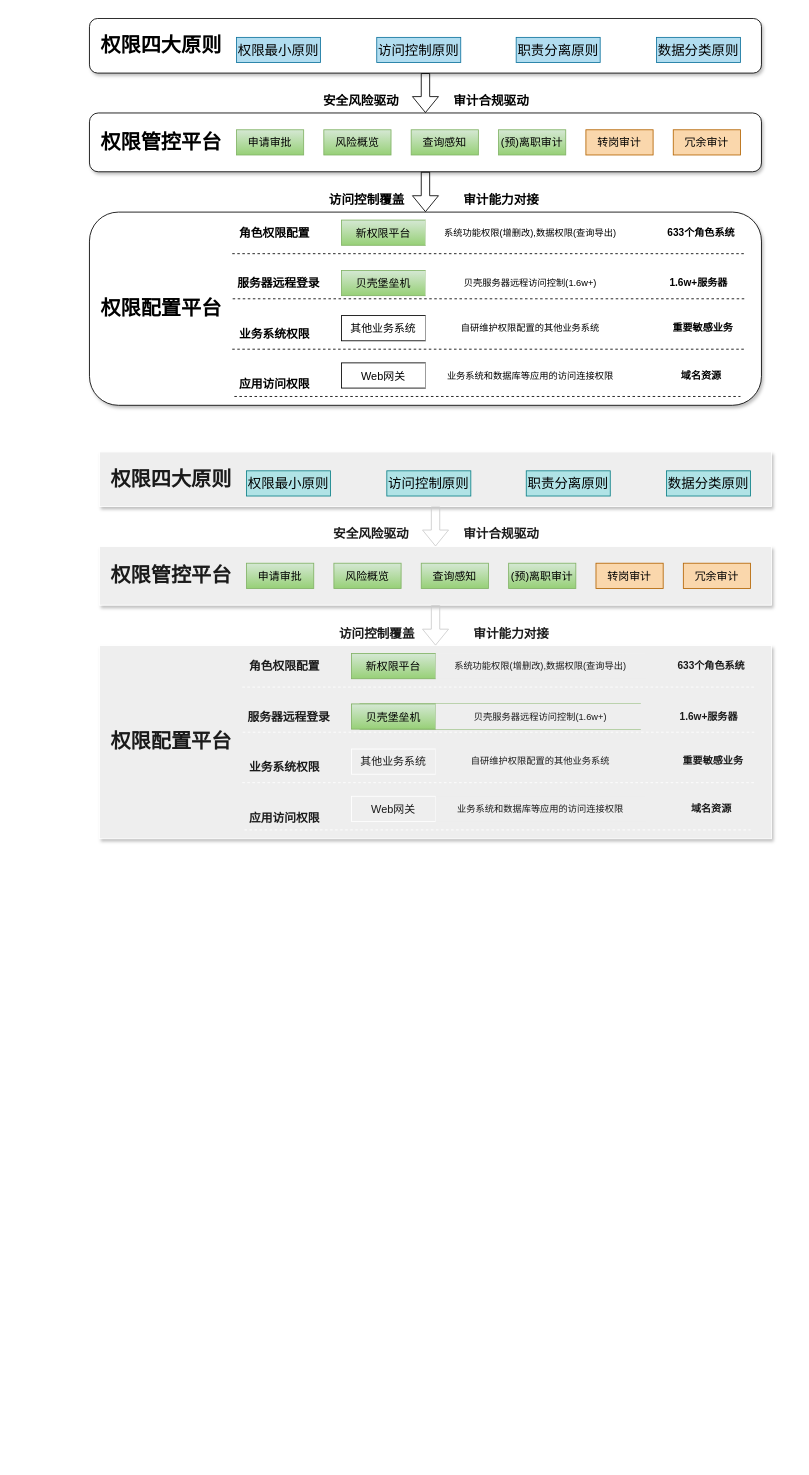
zpxiao-ios/hello-world keeps this draw.io diagram as page "管控平台" (5 of 10) of 权限审计.drawio. Above is the earlier version. Source tidied: cells renumbered, new cells numbered last; positions are measured from the earlier drawing's top-left corner, leaving out a move shared by most shapes. Both pictures are drawn from the tidied source at 84%, with x=0, y=0 at pixel (89, 16).
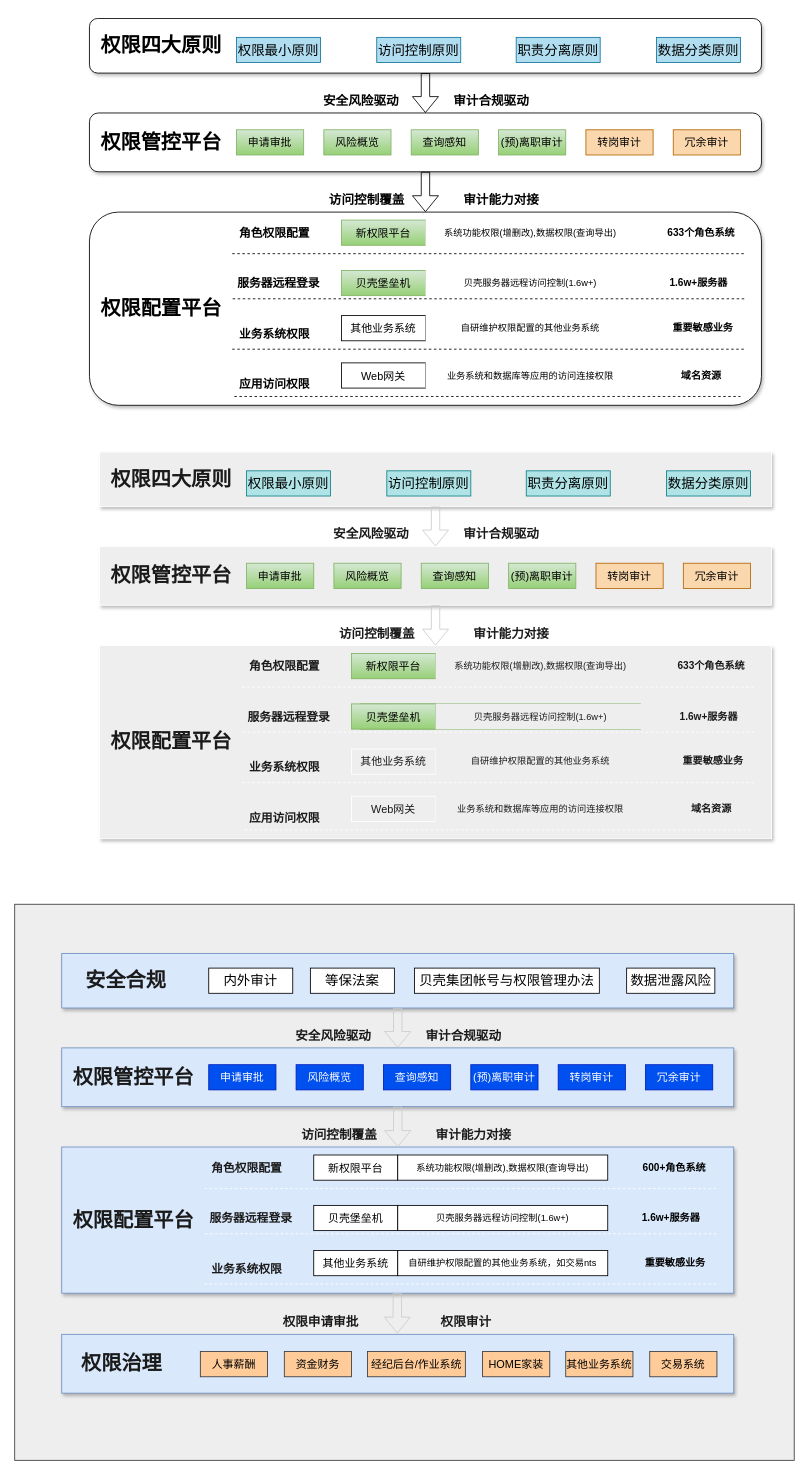
Above is the later version.

Commit message:
更新权限审计.drawio

Change to the diagram source:
```diff
@@
+    <mxCell id="92" style="rounded=0;whiteSpace=wrap;html=1;fillColor=#eeeeee;strokeColor=#36393d;" parent="1" vertex="1">
+      <mxGeometry x="-89" y="1057" width="928" height="662" as="geometry" />
+    </mxCell>
@@
+    <mxCell id="93" style="rounded=0;whiteSpace=wrap;html=1;flipH=1;labelBackgroundColor=none;fontSize=11;shadow=1;fillColor=#dae8fc;strokeColor=#6c8ebf;" parent="1" vertex="1">
+      <mxGeometry x="-33" y="1115.5" width="800" height="65" as="geometry" />
+    </mxCell>
+    <mxCell id="94" style="rounded=0;whiteSpace=wrap;html=1;flipH=1;labelBackgroundColor=none;fontSize=11;shadow=1;fillColor=#dae8fc;strokeColor=#6c8ebf;" parent="1" vertex="1">
+      <mxGeometry x="-33" y="1346" width="800" height="174" as="geometry" />
+    </mxCell>
+    <mxCell id="95" style="rounded=0;whiteSpace=wrap;html=1;flipH=1;labelBackgroundColor=none;fontSize=11;shadow=1;fillColor=#dae8fc;strokeColor=#6c8ebf;" parent="1" vertex="1">
+      <mxGeometry x="-33" y="1228" width="800" height="70" as="geometry" />
+    </mxCell>
+    <mxCell id="96" value="&lt;h2&gt;&lt;font style=&quot;font-size: 24px;&quot;&gt;权限配置平台&lt;/font&gt;&lt;/h2&gt;" style="text;align=center;verticalAlign=middle;strokeColor=none;fillColor=none;labelBackgroundColor=none;fontFamily=Helvetica;textShadow=0;labelBorderColor=none;fontColor=#1A1A1A;html=1;rounded=0;" parent="1" vertex="1">
+      <mxGeometry x="-33" y="1399.2" width="170" height="70" as="geometry" />
+    </mxCell>
+    <mxCell id="97" value="&lt;h2&gt;&lt;span style=&quot;font-size: 24px;&quot;&gt;安全合规&lt;/span&gt;&lt;/h2&gt;" style="text;html=1;align=center;verticalAlign=middle;strokeColor=none;fillColor=none;labelBackgroundColor=none;rounded=0;shadow=0;fontFamily=Helvetica;textShadow=0;labelBorderColor=none;fontColor=#1A1A1A;" parent="1" vertex="1">
+      <mxGeometry x="-14" y="1112.5" width="114" height="71" as="geometry" />
+    </mxCell>
+    <mxCell id="98" value="&lt;font style=&quot;font-size: 16px;&quot;&gt;贝壳集团帐号与权限管理办法&lt;/font&gt;" style="rounded=0;whiteSpace=wrap;html=1;flipH=0;labelBackgroundColor=none;fontSize=16;" parent="1" vertex="1">
+      <mxGeometry x="387" y="1133" width="220" height="30" as="geometry" />
+    </mxCell>
+    <mxCell id="99" value="&lt;font style=&quot;font-size: 16px;&quot;&gt;数据泄露风险&lt;/font&gt;" style="rounded=0;whiteSpace=wrap;html=1;flipH=0;labelBackgroundColor=none;fontSize=16;" parent="1" vertex="1">
+      <mxGeometry x="639.5" y="1133" width="105" height="30" as="geometry" />
+    </mxCell>
+    <mxCell id="100" value="等保法案" style="rounded=0;whiteSpace=wrap;html=1;flipH=0;labelBackgroundColor=none;fontSize=16;" parent="1" vertex="1">
+      <mxGeometry x="263" y="1133" width="100" height="30" as="geometry" />
+    </mxCell>
+    <mxCell id="101" value="内外审计" style="rounded=0;whiteSpace=wrap;html=1;flipH=0;labelBackgroundColor=none;fontSize=16;" parent="1" vertex="1">
+      <mxGeometry x="142" y="1133" width="100" height="30" as="geometry" />
+    </mxCell>
+    <mxCell id="102" value="&lt;h2&gt;&lt;span style=&quot;font-size: 24px;&quot;&gt;权限管控平台&lt;/span&gt;&lt;/h2&gt;" style="text;html=1;align=center;verticalAlign=middle;strokeColor=none;fillColor=none;labelBackgroundColor=none;rounded=0;shadow=0;fontFamily=Helvetica;textShadow=0;labelBorderColor=none;fontColor=#1A1A1A;" parent="1" vertex="1">
+      <mxGeometry x="-33" y="1228" width="170" height="70" as="geometry" />
+    </mxCell>
+    <mxCell id="103" value="冗余审计" style="rounded=0;whiteSpace=wrap;html=1;flipH=1;labelBackgroundColor=none;fontSize=13;fillColor=#0050ef;strokeColor=#001DBC;fontColor=#ffffff;" parent="1" vertex="1">
+      <mxGeometry x="662" y="1248" width="80" height="30" as="geometry" />
+    </mxCell>
+    <mxCell id="104" value="风险概览" style="rounded=0;whiteSpace=wrap;html=1;flipH=1;labelBackgroundColor=none;fontSize=13;fillColor=#0050ef;strokeColor=#001DBC;fontColor=#ffffff;" parent="1" vertex="1">
+      <mxGeometry x="246" y="1248" width="80" height="30" as="geometry" />
+    </mxCell>
+    <mxCell id="105" value="申请审批" style="rounded=0;whiteSpace=wrap;html=1;flipH=1;labelBackgroundColor=none;fontSize=13;fillColor=#0050ef;strokeColor=#001DBC;fontColor=#ffffff;" parent="1" vertex="1">
+      <mxGeometry x="142" y="1248" width="80" height="30" as="geometry" />
+    </mxCell>
+    <mxCell id="106" value="查询感知" style="rounded=0;whiteSpace=wrap;html=1;flipH=1;labelBackgroundColor=none;fontSize=13;fillColor=#0050ef;strokeColor=#001DBC;fontColor=#ffffff;" parent="1" vertex="1">
+      <mxGeometry x="350" y="1248" width="80" height="30" as="geometry" />
+    </mxCell>
+    <mxCell id="107" value="转岗审计" style="rounded=0;whiteSpace=wrap;html=1;flipH=1;labelBackgroundColor=none;fontSize=13;fillColor=#0050ef;strokeColor=#001DBC;fontColor=#ffffff;" parent="1" vertex="1">
+      <mxGeometry x="558" y="1248" width="80" height="30" as="geometry" />
+    </mxCell>
+    <mxCell id="108" value="(预)离职审计" style="rounded=0;whiteSpace=wrap;html=1;flipH=1;labelBackgroundColor=none;fontSize=13;fillColor=#0050ef;strokeColor=#001DBC;fontColor=#ffffff;" parent="1" vertex="1">
+      <mxGeometry x="454" y="1248" width="80" height="30" as="geometry" />
+    </mxCell>
+    <mxCell id="109" style="endArrow=none;dashed=1;html=1;rounded=0;labelBackgroundColor=none;strokeColor=#FFFFFF;fontColor=default;" parent="1" edge="1">
+      <mxGeometry relative="1" as="geometry">
+        <mxPoint x="137" y="1395.5" as="sourcePoint" />
+        <mxPoint x="747" y="1395.5" as="targetPoint" />
+      </mxGeometry>
+    </mxCell>
+    <mxCell id="110" value="角色权限配置" style="text;html=1;align=center;verticalAlign=middle;strokeColor=none;fillColor=none;fontSize=14;fontStyle=1;labelBackgroundColor=none;fontColor=#1A1A1A;rounded=0;" parent="1" vertex="1">
+      <mxGeometry x="132" y="1355.5" width="110" height="30" as="geometry" />
+    </mxCell>
+    <mxCell id="111" value="600+角色系统" style="text;html=1;align=center;verticalAlign=middle;fontStyle=1;labelBackgroundColor=none;rounded=0;" parent="1" vertex="1">
+      <mxGeometry x="649" y="1357.5" width="93" height="26" as="geometry" />
+    </mxCell>
+    <mxCell id="112" style="endArrow=none;dashed=1;html=1;rounded=0;labelBackgroundColor=none;strokeColor=#FFFFFF;fontColor=default;" parent="1" edge="1">
+      <mxGeometry relative="1" as="geometry">
+        <mxPoint x="137" y="1509.2" as="sourcePoint" />
+        <mxPoint x="747" y="1509.2" as="targetPoint" />
+      </mxGeometry>
+    </mxCell>
+    <mxCell id="113" value="业务系统权限" style="text;html=1;align=center;verticalAlign=middle;strokeColor=none;fillColor=none;fontSize=14;fontStyle=1;labelBackgroundColor=none;fontColor=#1A1A1A;rounded=0;" parent="1" vertex="1">
+      <mxGeometry x="132" y="1475.5" width="110" height="30" as="geometry" />
+    </mxCell>
+    <mxCell id="114" value="重要敏感业务" style="text;html=1;align=center;verticalAlign=middle;fontStyle=1;labelBackgroundColor=none;rounded=0;" parent="1" vertex="1">
+      <mxGeometry x="647" y="1469.2" width="100" height="30" as="geometry" />
+    </mxCell>
+    <mxCell id="115" style="group;labelBackgroundColor=none;rounded=0;" parent="1" vertex="1">
+      <mxGeometry x="277" y="1355.5" width="340" height="30" as="geometry" />
+    </mxCell>
+    <mxCell id="116" value="新权限平台" style="rounded=0;whiteSpace=wrap;html=1;flipH=0;labelBackgroundColor=none;fontSize=13;" parent="115" vertex="1">
+      <mxGeometry x="-10" width="100" height="30" as="geometry" />
+    </mxCell>
+    <mxCell id="117" value="系统功能权限(增删改),数据权限(查询导出)" style="rounded=0;whiteSpace=wrap;html=1;flipH=0;labelBackgroundColor=none;fontSize=11;" parent="115" vertex="1">
+      <mxGeometry x="90" width="250" height="30" as="geometry" />
+    </mxCell>
+    <mxCell id="118" style="group;labelBackgroundColor=none;rounded=0;" parent="1" vertex="1">
+      <mxGeometry x="277" y="1469.2" width="340" height="30" as="geometry" />
+    </mxCell>
+    <mxCell id="119" value="其他业务系统" style="rounded=0;whiteSpace=wrap;html=1;flipH=0;labelBackgroundColor=none;fontSize=13;" parent="118" vertex="1">
+      <mxGeometry x="-10" width="100" height="30" as="geometry" />
+    </mxCell>
+    <mxCell id="120" value="自研维护权限配置的其他业务系统，如交易nts" style="rounded=0;whiteSpace=wrap;html=1;flipH=0;labelBackgroundColor=none;fontSize=11;" parent="118" vertex="1">
+      <mxGeometry x="90" width="250" height="30" as="geometry" />
+    </mxCell>
+    <mxCell id="121" style="endArrow=none;dashed=1;html=1;rounded=0;strokeColor=#FFFFFF;labelBackgroundColor=none;fontColor=default;" parent="1" edge="1">
+      <mxGeometry relative="1" as="geometry">
+        <mxPoint x="137.5" y="1449.2" as="sourcePoint" />
+        <mxPoint x="747" y="1449.2" as="targetPoint" />
+      </mxGeometry>
+    </mxCell>
+    <mxCell id="122" value="服务器远程登录" style="text;html=1;align=center;verticalAlign=middle;strokeColor=none;fillColor=none;fontSize=14;fontStyle=1;labelBackgroundColor=none;fontColor=#1A1A1A;rounded=0;" parent="1" vertex="1">
+      <mxGeometry x="132" y="1415.5" width="120" height="30" as="geometry" />
+    </mxCell>
+    <mxCell id="123" value="1.6w+服务器" style="text;html=1;align=center;verticalAlign=middle;fontStyle=1;labelBackgroundColor=none;rounded=0;" parent="1" vertex="1">
+      <mxGeometry x="647" y="1415.5" width="90" height="30" as="geometry" />
+    </mxCell>
+    <mxCell id="124" style="group;labelBackgroundColor=none;rounded=0;" parent="1" vertex="1">
+      <mxGeometry x="277" y="1415.5" width="334" height="30" as="geometry" />
+    </mxCell>
+    <mxCell id="125" value="贝壳堡垒机" style="rounded=0;whiteSpace=wrap;html=1;flipH=0;labelBackgroundColor=none;fontSize=13;" parent="124" vertex="1">
+      <mxGeometry x="-10" width="100" height="30" as="geometry" />
+    </mxCell>
+    <mxCell id="126" value="贝壳服务器远程访问控制(1.6w+)" style="rounded=0;whiteSpace=wrap;html=1;flipH=0;labelBackgroundColor=none;fontSize=11;" parent="124" vertex="1">
+      <mxGeometry x="90" width="250" height="30" as="geometry" />
+    </mxCell>
+    <mxCell id="127" style="shape=flexArrow;endArrow=classic;html=1;rounded=0;labelBackgroundColor=none;strokeColor=#CCCCCC;fontColor=default;" parent="1" edge="1" source="93" target="95">
+      <mxGeometry relative="1" as="geometry" />
+    </mxCell>
+    <mxCell id="128" value="安全风险驱动" style="text;html=1;align=center;verticalAlign=middle;strokeColor=none;fillColor=none;fontSize=15;fontStyle=1;labelBackgroundColor=none;fontColor=#1A1A1A;rounded=0;" parent="1" vertex="1">
+      <mxGeometry x="234.5" y="1198" width="110" height="30" as="geometry" />
+    </mxCell>
+    <mxCell id="129" value="审计合规驱动" style="text;html=1;align=center;verticalAlign=middle;strokeColor=none;fillColor=none;fontSize=15;fontStyle=1;labelBackgroundColor=none;fontColor=#1A1A1A;rounded=0;" parent="1" vertex="1">
+      <mxGeometry x="389.5" y="1198" width="110" height="30" as="geometry" />
+    </mxCell>
+    <mxCell id="130" style="shape=flexArrow;endArrow=classic;html=1;rounded=0;entryX=0.5;entryY=0;entryDx=0;entryDy=0;exitX=0.5;exitY=1;exitDx=0;exitDy=0;labelBackgroundColor=none;strokeColor=#CCCCCC;fontColor=default;" parent="1" edge="1" source="95" target="94">
+      <mxGeometry relative="1" as="geometry" />
+    </mxCell>
+    <mxCell id="131" value="访问控制覆盖" style="text;html=1;align=center;verticalAlign=middle;strokeColor=none;fillColor=none;fontSize=15;fontStyle=1;labelBackgroundColor=none;fontColor=#1A1A1A;rounded=0;" parent="1" vertex="1">
+      <mxGeometry x="242" y="1316" width="110" height="30" as="geometry" />
+    </mxCell>
+    <mxCell id="132" value="审计能力对接" style="text;html=1;align=center;verticalAlign=middle;strokeColor=none;fillColor=none;fontSize=15;fontStyle=1;labelBackgroundColor=none;fontColor=#1A1A1A;rounded=0;" parent="1" vertex="1">
+      <mxGeometry x="402" y="1316" width="110" height="30" as="geometry" />
+    </mxCell>
+    <mxCell id="133" style="rounded=0;whiteSpace=wrap;html=1;flipH=1;labelBackgroundColor=none;fontSize=11;shadow=1;fillColor=#dae8fc;strokeColor=#6c8ebf;" parent="1" vertex="1">
+      <mxGeometry x="-33" y="1569" width="800" height="70" as="geometry" />
+    </mxCell>
+    <mxCell id="134" value="&lt;h2&gt;&lt;font style=&quot;font-size: 24px;&quot;&gt;权限治理&lt;/font&gt;&lt;/h2&gt;" style="text;align=center;verticalAlign=middle;strokeColor=none;fillColor=none;labelBackgroundColor=none;fontFamily=Helvetica;textShadow=0;labelBorderColor=none;fontColor=#1A1A1A;html=1;rounded=0;" parent="1" vertex="1">
+      <mxGeometry x="-19" y="1568" width="114" height="71" as="geometry" />
+    </mxCell>
+    <mxCell id="135" value="交易系统" style="rounded=0;whiteSpace=wrap;html=1;flipH=1;labelBackgroundColor=none;fontSize=13;fillColor=#ffcc99;strokeColor=#36393d;" parent="1" vertex="1">
+      <mxGeometry x="667" y="1589.5" width="80" height="30" as="geometry" />
+    </mxCell>
+    <mxCell id="136" value="资金财务" style="rounded=0;whiteSpace=wrap;html=1;flipH=1;labelBackgroundColor=none;fontSize=13;fillColor=#ffcc99;strokeColor=#36393d;" parent="1" vertex="1">
+      <mxGeometry x="232" y="1589.5" width="80" height="30" as="geometry" />
+    </mxCell>
+    <mxCell id="137" value="人事薪酬" style="rounded=0;whiteSpace=wrap;html=1;flipH=1;labelBackgroundColor=none;fontSize=13;fillColor=#ffcc99;strokeColor=#36393d;" parent="1" vertex="1">
+      <mxGeometry x="132" y="1589.5" width="80" height="30" as="geometry" />
+    </mxCell>
+    <mxCell id="138" value="经纪后台/作业系统" style="rounded=0;whiteSpace=wrap;html=1;flipH=1;labelBackgroundColor=none;fontSize=13;fillColor=#ffcc99;strokeColor=#36393d;" parent="1" vertex="1">
+      <mxGeometry x="331" y="1589.5" width="116.5" height="30" as="geometry" />
+    </mxCell>
+    <mxCell id="139" value="其他业务系统" style="rounded=0;whiteSpace=wrap;html=1;flipH=1;labelBackgroundColor=none;fontSize=13;fillColor=#ffcc99;strokeColor=#36393d;" parent="1" vertex="1">
+      <mxGeometry x="567" y="1589.5" width="80" height="30" as="geometry" />
+    </mxCell>
+    <mxCell id="140" value="HOME家装" style="rounded=0;whiteSpace=wrap;html=1;flipH=1;labelBackgroundColor=none;fontSize=13;fillColor=#ffcc99;strokeColor=#36393d;" parent="1" vertex="1">
+      <mxGeometry x="468" y="1589.5" width="80" height="30" as="geometry" />
+    </mxCell>
+    <mxCell id="141" style="shape=flexArrow;endArrow=classic;html=1;rounded=0;entryX=0.5;entryY=0;entryDx=0;entryDy=0;exitX=0.5;exitY=1;exitDx=0;exitDy=0;labelBackgroundColor=none;strokeColor=#CCCCCC;fontColor=default;" parent="1" edge="1">
+      <mxGeometry relative="1" as="geometry">
+        <mxPoint x="366.5" y="1520" as="sourcePoint" />
+        <mxPoint x="366.5" y="1568" as="targetPoint" />
+      </mxGeometry>
+    </mxCell>
+    <mxCell id="142" value="权限申请审批" style="text;html=1;align=center;verticalAlign=middle;strokeColor=none;fillColor=none;fontSize=15;fontStyle=1;labelBackgroundColor=none;fontColor=#1A1A1A;rounded=0;" parent="1" vertex="1">
+      <mxGeometry x="221" y="1538" width="108" height="30" as="geometry" />
+    </mxCell>
+    <mxCell id="143" value="权限审计" style="text;html=1;align=center;verticalAlign=middle;strokeColor=none;fillColor=none;fontSize=15;fontStyle=1;labelBackgroundColor=none;fontColor=#1A1A1A;rounded=0;" parent="1" vertex="1">
+      <mxGeometry x="409" y="1538" width="78" height="30" as="geometry" />
+    </mxCell>
```
